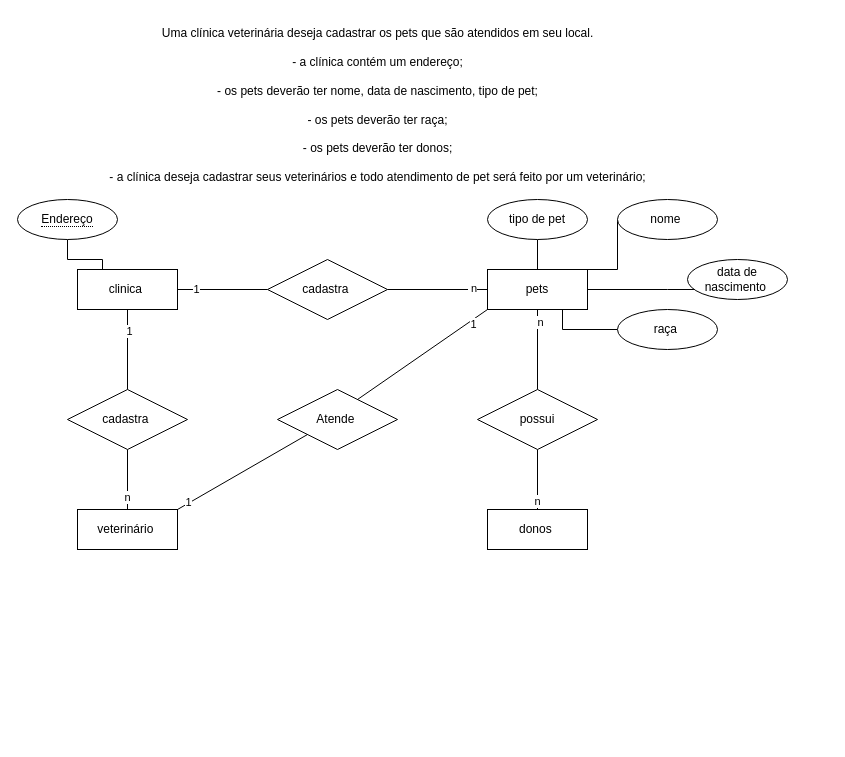
Above: page "Página-4" (4 of 6) of SPRINT 1/construção de modelos/1.0/1.4.drawio in MateusPaladino-29/2-semestre (draw.io), before the change. Source tidied: cells renumbered, new cells numbered last; positions are measured from the earlier drawing's top-left corner, leaving out a move shared by most shapes. Both pictures are drawn from the tidied source at 100%, with x=0, y=0 at pixel (17, 17).
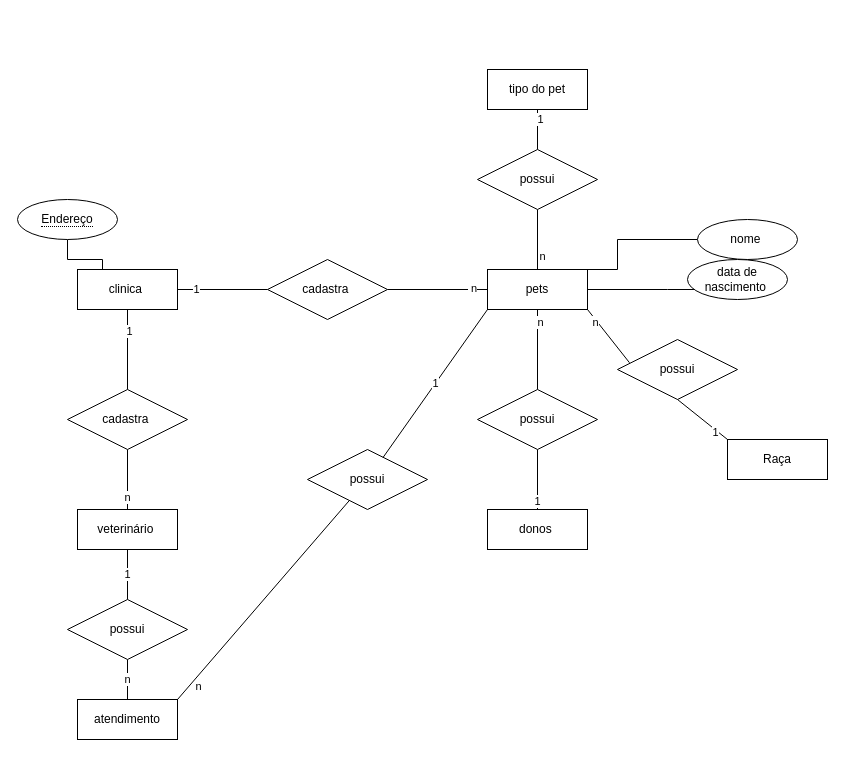
After the change.

The change refers to these unchanged cells:
```xml
<mxCell id="11" value="veterinário&amp;nbsp;" style="whiteSpace=wrap;html=1;align=center;" parent="1" vertex="1">
  <mxGeometry x="60" y="492" width="100" height="40" as="geometry" />
</mxCell>
<mxCell id="17" value="pets" style="whiteSpace=wrap;html=1;align=center;" parent="1" vertex="1">
  <mxGeometry x="470" y="252" width="100" height="40" as="geometry" />
</mxCell>
<mxCell id="18" style="edgeStyle=orthogonalEdgeStyle;rounded=0;jettySize=auto;html=1;entryX=0.5;entryY=0;entryDx=0;entryDy=0;endArrow=none;endFill=0;" parent="1" edge="1" source="20" target="21">
  <mxGeometry relative="1" as="geometry" />
</mxCell>
```

Change to the diagram source:
```diff
@@
-    <mxCell id="2" value="&lt;div&gt;Uma clínica veterinária deseja cadastrar os pets que são atendidos em seu local.&lt;/div&gt;&lt;div&gt;&lt;br&gt;&lt;/div&gt;&lt;div&gt;- a clínica contém um endereço;&lt;/div&gt;&lt;div&gt;&lt;br&gt;&lt;/div&gt;&lt;div&gt;- os pets deverão ter nome, data de nascimento, tipo de pet;&lt;/div&gt;&lt;div&gt;&lt;br&gt;&lt;/div&gt;&lt;div&gt;- os pets deverão ter raça;&lt;/div&gt;&lt;div&gt;&lt;br&gt;&lt;/div&gt;&lt;div&gt;- os pets deverão ter donos;&lt;/div&gt;&lt;div&gt;&lt;br&gt;&lt;/div&gt;&lt;div&gt;- a clínica deseja cadastrar seus veterinários e todo atendimento de pet será feito por um veterinário;&lt;/div&gt;&lt;div&gt;&lt;br&gt;&lt;/div&gt;" style="text;html=1;align=center;verticalAlign=middle;strokeColor=none;fillColor=none;" parent="1" vertex="1">
-      <mxGeometry x="80" width="560" height="190" as="geometry" />
-    </mxCell>
@@
+    <mxCell id="37" value="1" style="edgeStyle=orthogonalEdgeStyle;rounded=0;jettySize=auto;html=1;endArrow=none;endFill=0;" parent="1" edge="1" source="11" target="52">
+      <mxGeometry relative="1" as="geometry" />
+    </mxCell>
@@
-    <mxCell id="19" value="n" style="edgeLabel;html=1;align=center;verticalAlign=middle;" parent="18" vertex="1">
+    <mxCell id="19" value="1" style="edgeLabel;html=1;align=center;verticalAlign=middle;" parent="18" vertex="1">
       <mxGeometry x="0.69" y="-1" relative="1" as="geometry" />
     </mxCell>
@@
-    <mxCell id="22" value="Atende&amp;nbsp;" style="shape=rhombus;perimeter=rhombusPerimeter;whiteSpace=wrap;html=1;align=center;" parent="1" vertex="1">
-      <mxGeometry x="260" y="372" width="120" height="60" as="geometry" />
-    </mxCell>
@@
     <mxCell id="26" value="nome&amp;nbsp;" style="ellipse;whiteSpace=wrap;html=1;align=center;" parent="1" vertex="1">
-      <mxGeometry x="600" y="182" width="100" height="40" as="geometry" />
+      <mxGeometry x="680" y="202" width="100" height="40" as="geometry" />
     </mxCell>
@@
-    <mxCell id="29" style="edgeStyle=orthogonalEdgeStyle;rounded=0;jettySize=auto;html=1;endArrow=none;endFill=0;" parent="1" edge="1" source="30" target="17">
-      <mxGeometry relative="1" as="geometry" />
-    </mxCell>
-    <mxCell id="30" value="tipo de pet" style="ellipse;whiteSpace=wrap;html=1;align=center;" parent="1" vertex="1">
-      <mxGeometry x="470" y="182" width="100" height="40" as="geometry" />
-    </mxCell>
-    <mxCell id="31" style="edgeStyle=orthogonalEdgeStyle;rounded=0;jettySize=auto;html=1;entryX=0.75;entryY=1;entryDx=0;entryDy=0;endArrow=none;endFill=0;" parent="1" edge="1" source="32" target="17">
-      <mxGeometry relative="1" as="geometry" />
-    </mxCell>
-    <mxCell id="32" value="raça&amp;nbsp;" style="ellipse;whiteSpace=wrap;html=1;align=center;" parent="1" vertex="1">
-      <mxGeometry x="600" y="292" width="100" height="40" as="geometry" />
-    </mxCell>
-    <mxCell id="33" style="endArrow=none;html=1;rounded=0;entryX=0;entryY=1;entryDx=0;entryDy=0;" parent="1" edge="1" target="17">
-      <mxGeometry relative="1" as="geometry">
-        <mxPoint x="340" y="382" as="sourcePoint" />
-      </mxGeometry>
-    </mxCell>
-    <mxCell id="34" value="1" style="edgeLabel;html=1;align=center;verticalAlign=middle;" parent="33" vertex="1">
-      <mxGeometry x="0.75" y="-4" relative="1" as="geometry" />
-    </mxCell>
-    <mxCell id="35" style="endArrow=none;html=1;rounded=0;entryX=0;entryY=1;entryDx=0;entryDy=0;exitX=1;exitY=0;exitDx=0;exitDy=0;" parent="1" edge="1" source="11" target="22">
-      <mxGeometry relative="1" as="geometry" />
-    </mxCell>
-    <mxCell id="36" value="1" style="edgeLabel;html=1;align=center;verticalAlign=middle;" parent="35" vertex="1">
-      <mxGeometry x="-0.83" y="1" relative="1" as="geometry" />
-    </mxCell>
+    <mxCell id="38" style="edgeStyle=orthogonalEdgeStyle;rounded=0;jettySize=auto;html=1;endArrow=none;endFill=0;" parent="1" edge="1" source="40" target="43">
+      <mxGeometry relative="1" as="geometry" />
+    </mxCell>
+    <mxCell id="39" value="1" style="edgeLabel;html=1;align=center;verticalAlign=middle;" parent="38" vertex="1">
+      <mxGeometry x="-0.56" y="2" relative="1" as="geometry" />
+    </mxCell>
+    <mxCell id="40" value="tipo do pet" style="whiteSpace=wrap;html=1;align=center;" parent="1" vertex="1">
+      <mxGeometry x="470" y="52" width="100" height="40" as="geometry" />
+    </mxCell>
+    <mxCell id="41" style="edgeStyle=orthogonalEdgeStyle;rounded=0;jettySize=auto;html=1;endArrow=none;endFill=0;" parent="1" edge="1" source="43" target="17">
+      <mxGeometry relative="1" as="geometry" />
+    </mxCell>
+    <mxCell id="42" value="n" style="edgeLabel;html=1;align=center;verticalAlign=middle;" parent="41" vertex="1">
+      <mxGeometry x="0.53" y="4" relative="1" as="geometry" />
+    </mxCell>
+    <mxCell id="43" value="possui" style="shape=rhombus;perimeter=rhombusPerimeter;whiteSpace=wrap;html=1;align=center;" parent="1" vertex="1">
+      <mxGeometry x="460" y="132" width="120" height="60" as="geometry" />
+    </mxCell>
+    <mxCell id="44" value="Raça" style="whiteSpace=wrap;html=1;align=center;" parent="1" vertex="1">
+      <mxGeometry x="710" y="422" width="100" height="40" as="geometry" />
+    </mxCell>
+    <mxCell id="45" value="possui" style="shape=rhombus;perimeter=rhombusPerimeter;whiteSpace=wrap;html=1;align=center;" parent="1" vertex="1">
+      <mxGeometry x="600" y="322" width="120" height="60" as="geometry" />
+    </mxCell>
+    <mxCell id="46" style="endArrow=none;html=1;rounded=0;exitX=1;exitY=1;exitDx=0;exitDy=0;entryX=0.1;entryY=0.387;entryDx=0;entryDy=0;entryPerimeter=0;" parent="1" edge="1" source="17" target="45">
+      <mxGeometry relative="1" as="geometry" />
+    </mxCell>
+    <mxCell id="47" value="n" style="edgeLabel;html=1;align=center;verticalAlign=middle;" parent="46" vertex="1">
+      <mxGeometry x="-0.6" y="-2" relative="1" as="geometry" />
+    </mxCell>
+    <mxCell id="48" style="endArrow=none;html=1;rounded=0;exitX=0.5;exitY=1;exitDx=0;exitDy=0;entryX=0;entryY=0;entryDx=0;entryDy=0;" parent="1" edge="1" source="45" target="44">
+      <mxGeometry relative="1" as="geometry" />
+    </mxCell>
+    <mxCell id="49" value="1" style="edgeLabel;html=1;align=center;verticalAlign=middle;" parent="48" vertex="1">
+      <mxGeometry x="0.56" y="-2" relative="1" as="geometry" />
+    </mxCell>
+    <mxCell id="50" value="atendimento" style="whiteSpace=wrap;html=1;align=center;" parent="1" vertex="1">
+      <mxGeometry x="60" y="682" width="100" height="40" as="geometry" />
+    </mxCell>
+    <mxCell id="51" value="n" style="edgeStyle=orthogonalEdgeStyle;rounded=0;jettySize=auto;html=1;endArrow=none;endFill=0;" parent="1" edge="1" source="52" target="50">
+      <mxGeometry relative="1" as="geometry" />
+    </mxCell>
+    <mxCell id="52" value="possui" style="shape=rhombus;perimeter=rhombusPerimeter;whiteSpace=wrap;html=1;align=center;" parent="1" vertex="1">
+      <mxGeometry x="50" y="582" width="120" height="60" as="geometry" />
+    </mxCell>
+    <mxCell id="53" value="possui" style="shape=rhombus;perimeter=rhombusPerimeter;whiteSpace=wrap;html=1;align=center;" parent="1" vertex="1">
+      <mxGeometry x="290" y="432" width="120" height="60" as="geometry" />
+    </mxCell>
+    <mxCell id="54" style="endArrow=none;html=1;rounded=0;" parent="1" edge="1" target="53">
+      <mxGeometry relative="1" as="geometry">
+        <mxPoint x="160" y="682" as="sourcePoint" />
+      </mxGeometry>
+    </mxCell>
+    <mxCell id="55" value="n" style="edgeLabel;html=1;align=center;verticalAlign=middle;" parent="54" vertex="1">
+      <mxGeometry x="-0.85" y="-3" relative="1" as="geometry">
+        <mxPoint x="5" as="offset" />
+      </mxGeometry>
+    </mxCell>
+    <mxCell id="56" value="1" style="endArrow=none;html=1;rounded=0;entryX=0;entryY=1;entryDx=0;entryDy=0;" parent="1" edge="1" source="53" target="17">
+      <mxGeometry relative="1" as="geometry" />
+    </mxCell>
```
